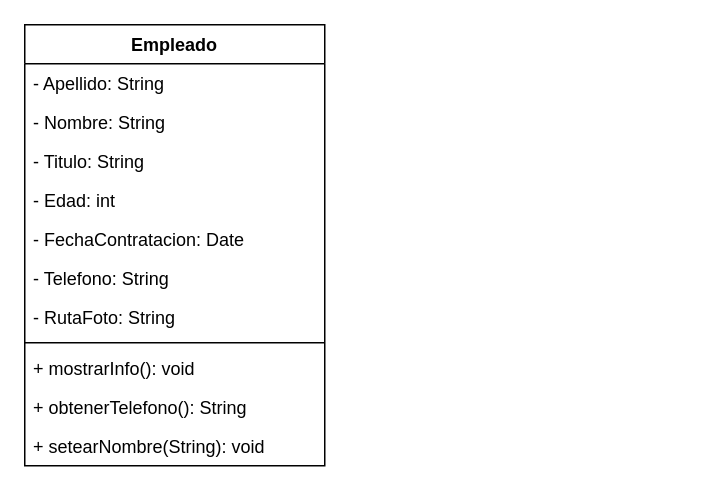
Above: Empleado.drawio in locchiato/clases-poo (draw.io), before the change. Source tidied: cells renumbered, new cells numbered last; positions are measured from the earlier drawing's top-left corner, leaving out a move shared by most shapes. Both pictures are drawn from the tidied source at 150%, with x=0, y=0 at pixel (24, 24).
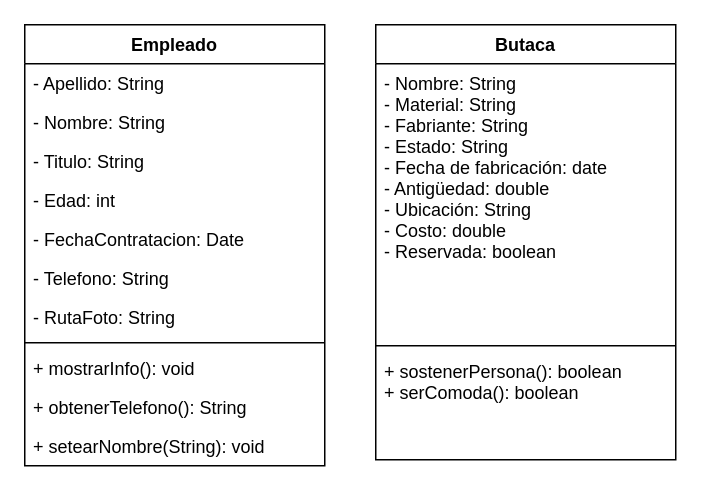
The same page after the edit.

Diff of the diagram source:
```diff
@@
 <mxGraphModel>
   <root>
     <mxCell id="0" />
     <mxCell id="1" parent="0" />
     <mxCell id="2" value="Empleado" style="swimlane;fontStyle=1;align=center;verticalAlign=top;horizontal=1;startSize=26;" parent="1" vertex="1">
       <mxGeometry width="200" height="294" as="geometry" />
     </mxCell>
     <mxCell id="3" value="- Apellido: String" style="text;strokeColor=none;fillColor=none;align=left;verticalAlign=top;spacingLeft=4;spacingRight=4;overflow=hidden;" parent="2" vertex="1">
       <mxGeometry y="26" width="200" height="26" as="geometry" />
     </mxCell>
     <mxCell id="4" value="- Nombre: String" style="text;strokeColor=none;fillColor=none;align=left;verticalAlign=top;spacingLeft=4;spacingRight=4;overflow=hidden;" parent="2" vertex="1">
       <mxGeometry y="52" width="200" height="26" as="geometry" />
     </mxCell>
     <mxCell id="5" value="- Titulo: String" style="text;strokeColor=none;fillColor=none;align=left;verticalAlign=top;spacingLeft=4;spacingRight=4;overflow=hidden;" parent="2" vertex="1">
       <mxGeometry y="78" width="200" height="26" as="geometry" />
     </mxCell>
     <mxCell id="6" value="- Edad: int" style="text;strokeColor=none;fillColor=none;align=left;verticalAlign=top;spacingLeft=4;spacingRight=4;overflow=hidden;" parent="2" vertex="1">
       <mxGeometry y="104" width="200" height="26" as="geometry" />
     </mxCell>
     <mxCell id="7" value="- FechaContratacion: Date" style="text;strokeColor=none;fillColor=none;align=left;verticalAlign=top;spacingLeft=4;spacingRight=4;overflow=hidden;" parent="2" vertex="1">
       <mxGeometry y="130" width="200" height="26" as="geometry" />
     </mxCell>
     <mxCell id="8" value="- Telefono: String" style="text;strokeColor=none;fillColor=none;align=left;verticalAlign=top;spacingLeft=4;spacingRight=4;overflow=hidden;" parent="2" vertex="1">
       <mxGeometry y="156" width="200" height="26" as="geometry" />
     </mxCell>
     <mxCell id="9" value="- RutaFoto: String" style="text;strokeColor=none;fillColor=none;align=left;verticalAlign=top;spacingLeft=4;spacingRight=4;overflow=hidden;" parent="2" vertex="1">
       <mxGeometry y="182" width="200" height="26" as="geometry" />
     </mxCell>
     <mxCell id="10" style="line;strokeWidth=1;fillColor=none;align=left;verticalAlign=middle;spacingTop=-1;spacingLeft=3;spacingRight=3;labelPosition=right;" parent="2" vertex="1">
       <mxGeometry y="208" width="200" height="8" as="geometry" />
     </mxCell>
     <mxCell id="11" value="+ mostrarInfo(): void" style="text;strokeColor=none;fillColor=none;align=left;verticalAlign=top;spacingLeft=4;spacingRight=4;overflow=hidden;" parent="2" vertex="1">
       <mxGeometry y="216" width="200" height="26" as="geometry" />
     </mxCell>
     <mxCell id="12" value="+ obtenerTelefono(): String" style="text;strokeColor=none;fillColor=none;align=left;verticalAlign=top;spacingLeft=4;spacingRight=4;overflow=hidden;" parent="2" vertex="1">
       <mxGeometry y="242" width="200" height="26" as="geometry" />
     </mxCell>
     <mxCell id="13" value="+ setearNombre(String): void" style="text;strokeColor=none;fillColor=none;align=left;verticalAlign=top;spacingLeft=4;spacingRight=4;overflow=hidden;" parent="2" vertex="1">
       <mxGeometry y="268" width="200" height="26" as="geometry" />
     </mxCell>
+    <mxCell id="14" value="Butaca" style="swimlane;fontStyle=1;align=center;verticalAlign=top;horizontal=1;startSize=26;" parent="1" vertex="1">
+      <mxGeometry x="234" width="200" height="290" as="geometry" />
+    </mxCell>
+    <mxCell id="15" value="- Nombre: String&#10;- Material: String&#10;- Fabriante: String&#10;- Estado: String&#10;- Fecha de fabricación: date&#10;- Antigüedad: double&#10;- Ubicación: String&#10;- Costo: double&#10;- Reservada: boolean&#10; &#10;" style="text;strokeColor=none;fillColor=none;align=left;verticalAlign=top;spacingLeft=4;spacingRight=4;overflow=hidden;spacing=2;" parent="14" vertex="1">
+      <mxGeometry y="26" width="200" height="184" as="geometry" />
+    </mxCell>
+    <mxCell id="16" style="line;strokeWidth=1;fillColor=none;align=left;verticalAlign=middle;spacingTop=-1;spacingLeft=3;spacingRight=3;labelPosition=right;" parent="14" vertex="1">
+      <mxGeometry y="210" width="200" height="8" as="geometry" />
+    </mxCell>
+    <mxCell id="17" value="+ sostenerPersona(): boolean&#10;+ serComoda(): boolean" style="text;strokeColor=none;fillColor=none;align=left;verticalAlign=top;spacingLeft=4;spacingRight=4;overflow=hidden;" parent="14" vertex="1">
+      <mxGeometry y="218" width="200" height="72" as="geometry" />
+    </mxCell>
   </root>
 </mxGraphModel>
```
